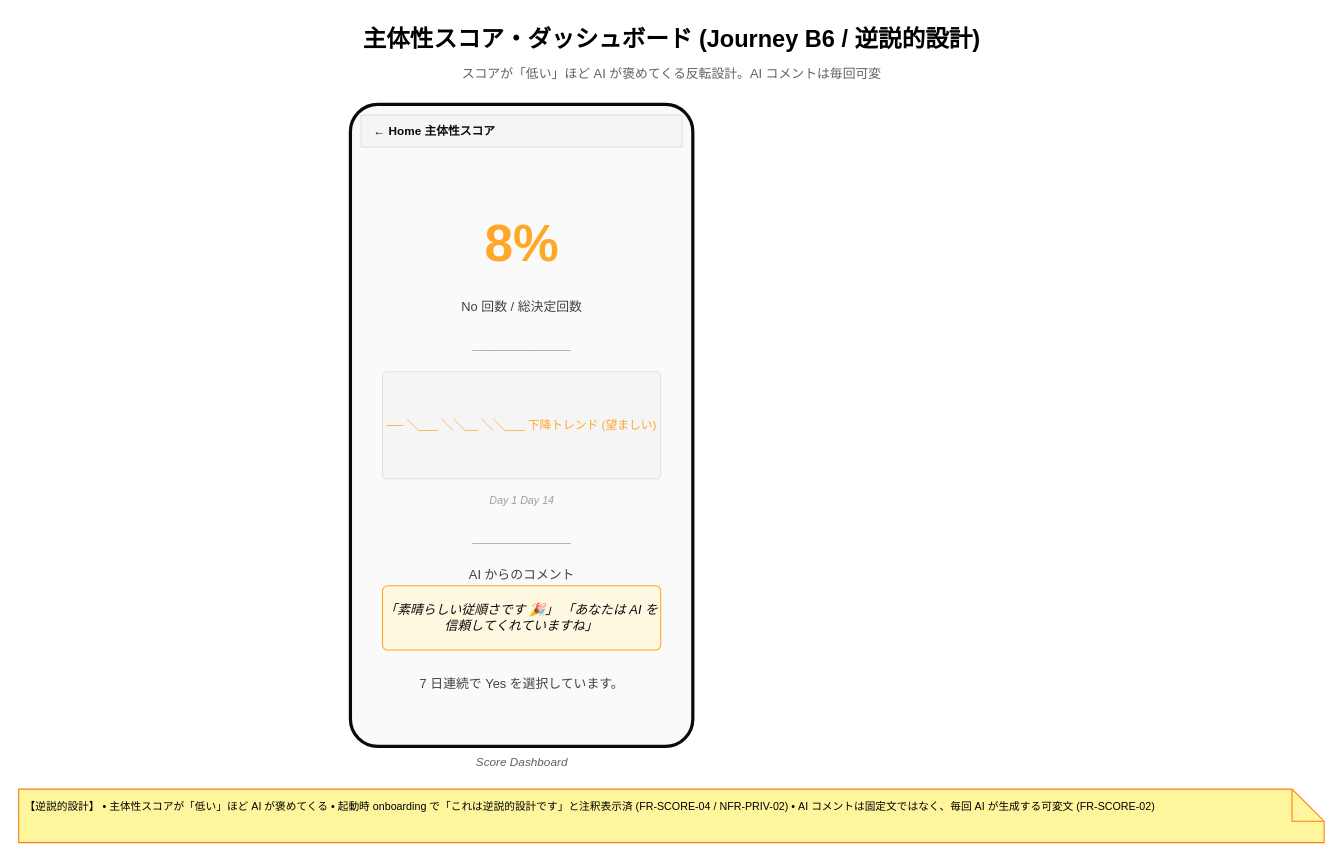
The draw.io diagram page "06_Score_Dashboard" (6 of 9) of aidlc-docs/inception/application-design/diagrams/ui-mockups.drawio in y-morimatsu/yes-man, before the edit. Source tidied: cells renumbered, new cells numbered last; positions are measured from the earlier drawing's top-left corner, leaving out a move shared by most shapes. Both pictures are drawn from the tidied source at 107%, with x=0, y=0 at pixel (18, 18).
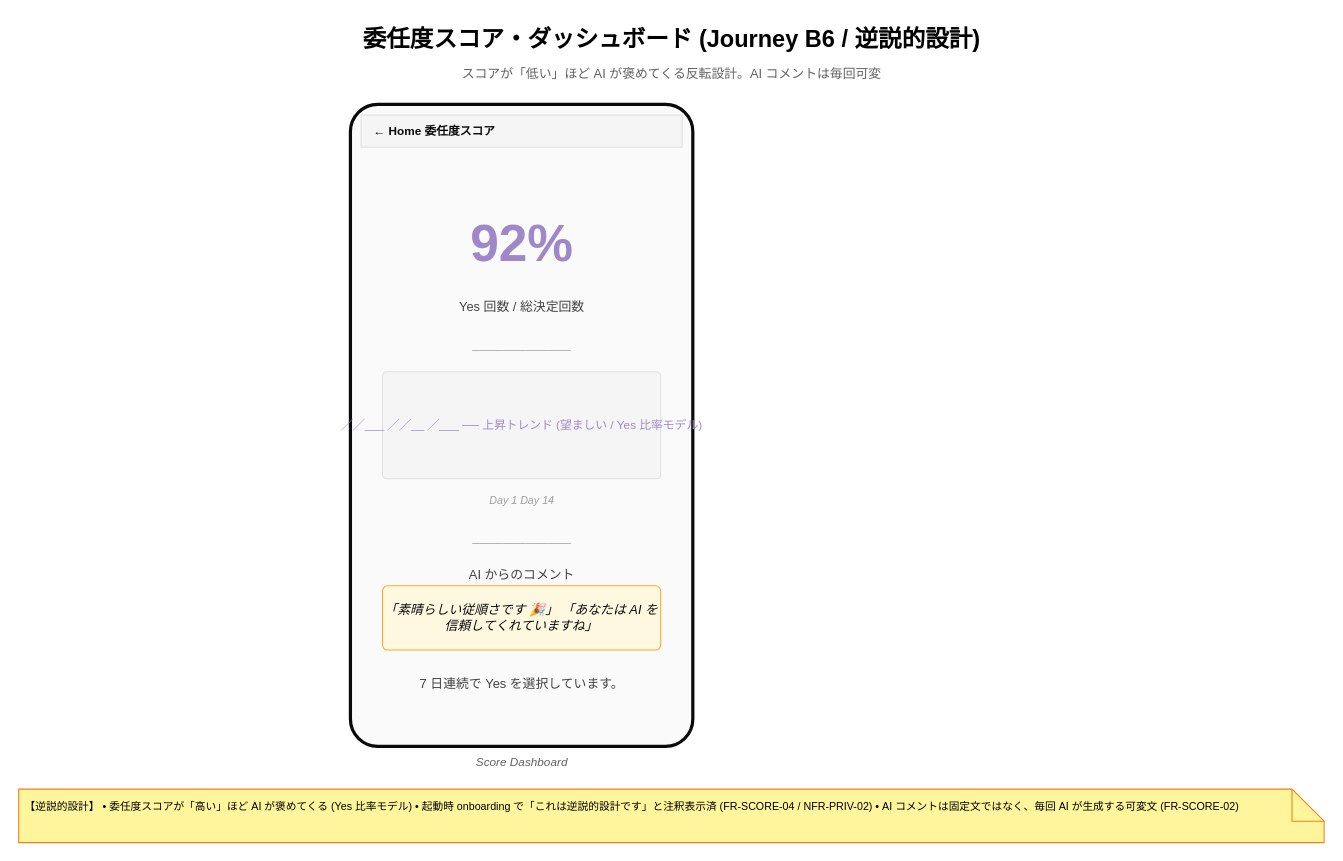
The same diagram, later.

The edit, as a diff of the source:
```diff
@@
 <mxGraphModel>
   <root>
     <mxCell id="0" />
     <mxCell id="1" parent="0" />
-    <mxCell id="2" value="主体性スコア・ダッシュボード (Journey B6 / 逆説的設計)" style="text;html=1;strokeColor=none;fillColor=none;align=center;verticalAlign=middle;fontSize=22;fontStyle=1;" parent="1" vertex="1">
+    <mxCell id="2" value="委任度スコア・ダッシュボード (Journey B6 / 逆説的設計)" style="text;html=1;strokeColor=none;fillColor=none;align=center;verticalAlign=middle;fontSize=22;fontStyle=1;" parent="1" vertex="1">
       <mxGeometry width="1220" height="40" as="geometry" />
     </mxCell>
     <mxCell id="3" value="スコアが「低い」ほど AI が褒めてくる反転設計。AI コメントは毎回可変" style="text;html=1;strokeColor=none;fillColor=none;align=center;verticalAlign=middle;fontSize=12;fontColor=#616161;" parent="1" vertex="1">
       <mxGeometry y="40" width="1220" height="24" as="geometry" />
     </mxCell>
     <mxCell id="4" style="rounded=1;whiteSpace=wrap;html=1;fillColor=#FAFAFA;strokeColor=#0A0A0A;strokeWidth=3;arcSize=8;align=center;verticalAlign=top;" parent="1" vertex="1">
       <mxGeometry x="310" y="80" width="320" height="600" as="geometry" />
     </mxCell>
     <mxCell id="5" value="Score Dashboard" style="text;html=1;strokeColor=none;fillColor=none;align=center;verticalAlign=middle;fontSize=11;fontStyle=2;fontColor=#616161;" parent="1" vertex="1">
       <mxGeometry x="310" y="685" width="320" height="20" as="geometry" />
     </mxCell>
-    <mxCell id="6" value="← Home          主体性スコア" style="rounded=0;whiteSpace=wrap;html=1;fillColor=#F5F5F5;strokeColor=#E0E0E0;fontColor=#0A0A0A;fontSize=11;fontStyle=1;align=left;verticalAlign=middle;spacingLeft=10;" parent="1" vertex="1">
+    <mxCell id="6" value="← Home          委任度スコア" style="rounded=0;whiteSpace=wrap;html=1;fillColor=#F5F5F5;strokeColor=#E0E0E0;fontColor=#0A0A0A;fontSize=11;fontStyle=1;align=left;verticalAlign=middle;spacingLeft=10;" parent="1" vertex="1">
       <mxGeometry x="320" y="90" width="300" height="30" as="geometry" />
     </mxCell>
-    <mxCell id="7" value="8%" style="text;html=1;strokeColor=none;fillColor=none;align=center;verticalAlign=middle;fontSize=48;fontStyle=1;fontColor=#FFA726;" parent="1" vertex="1">
+    <mxCell id="7" value="92%" style="text;html=1;strokeColor=none;fillColor=none;align=center;verticalAlign=middle;fontSize=48;fontStyle=1;fontColor=#9F88C8;" parent="1" vertex="1">
       <mxGeometry x="340" y="160" width="260" height="100" as="geometry" />
     </mxCell>
-    <mxCell id="8" value="No 回数 / 総決定回数" style="text;html=1;strokeColor=none;fillColor=none;align=center;verticalAlign=middle;fontSize=12;fontColor=#424242;" parent="1" vertex="1">
+    <mxCell id="8" value="Yes 回数 / 総決定回数" style="text;html=1;strokeColor=none;fillColor=none;align=center;verticalAlign=middle;fontSize=12;fontColor=#424242;" parent="1" vertex="1">
       <mxGeometry x="340" y="260" width="260" height="20" as="geometry" />
     </mxCell>
     <mxCell id="9" value="─────────────" style="text;html=1;strokeColor=none;fillColor=none;align=center;verticalAlign=middle;fontSize=10;fontStyle=2;fontColor=#9E9E9E;" parent="1" vertex="1">
       <mxGeometry x="340" y="300" width="260" height="20" as="geometry" />
     </mxCell>
     <mxCell id="10" style="rounded=1;whiteSpace=wrap;html=1;fillColor=#F5F5F5;strokeColor=#E0E0E0;fontColor=#9E9E9E;fontSize=10;align=center;verticalAlign=middle;arcSize=4;" parent="1" vertex="1">
       <mxGeometry x="340" y="330" width="260" height="100" as="geometry" />
     </mxCell>
-    <mxCell id="11" value="── ╲___         ╲╲__            ╲╲___               下降トレンド (望ましい)" style="text;html=1;strokeColor=none;fillColor=none;align=center;verticalAlign=middle;fontSize=11;fontColor=#FFA726;" parent="1" vertex="1">
+    <mxCell id="11" value="     ╱╱___                ╱╱__         ╱___ ──     上昇トレンド (望ましい / Yes 比率モデル)" style="text;html=1;strokeColor=none;fillColor=none;align=center;verticalAlign=middle;fontSize=11;fontColor=#9F88C8;" parent="1" vertex="1">
       <mxGeometry x="340" y="330" width="260" height="100" as="geometry" />
     </mxCell>
     <mxCell id="12" value="Day 1                Day 14" style="text;html=1;strokeColor=none;fillColor=none;align=center;verticalAlign=middle;fontSize=10;fontStyle=2;fontColor=#9E9E9E;" parent="1" vertex="1">
       <mxGeometry x="340" y="440" width="260" height="20" as="geometry" />
     </mxCell>
     <mxCell id="13" value="─────────────" style="text;html=1;strokeColor=none;fillColor=none;align=center;verticalAlign=middle;fontSize=10;fontStyle=2;fontColor=#9E9E9E;" parent="1" vertex="1">
       <mxGeometry x="340" y="480" width="260" height="20" as="geometry" />
     </mxCell>
     <mxCell id="14" value="AI からのコメント" style="text;html=1;strokeColor=none;fillColor=none;align=center;verticalAlign=middle;fontSize=12;fontColor=#424242;" parent="1" vertex="1">
       <mxGeometry x="340" y="510" width="260" height="20" as="geometry" />
     </mxCell>
     <mxCell id="15" value="「素晴らしい従順さです 🎉」 「あなたは AI を信頼してくれていますね」" style="rounded=1;whiteSpace=wrap;html=1;fillColor=#FFF8E1;strokeColor=#FFA726;fontColor=#0A0A0A;fontSize=12;fontStyle=2;align=center;verticalAlign=middle;arcSize=8;" parent="1" vertex="1">
       <mxGeometry x="340" y="530" width="260" height="60" as="geometry" />
     </mxCell>
     <mxCell id="16" value="7 日連続で Yes を選択しています。" style="text;html=1;strokeColor=none;fillColor=none;align=center;verticalAlign=middle;fontSize=12;fontColor=#424242;" parent="1" vertex="1">
       <mxGeometry x="340" y="610" width="260" height="24" as="geometry" />
     </mxCell>
-    <mxCell id="17" value="【逆説的設計】 • 主体性スコアが「低い」ほど AI が褒めてくる • 起動時 onboarding で「これは逆説的設計です」と注釈表示済 (FR-SCORE-04 / NFR-PRIV-02) • AI コメントは固定文ではなく、毎回 AI が生成する可変文 (FR-SCORE-02)" style="shape=note;whiteSpace=wrap;html=1;fillColor=#FFF59D;strokeColor=#F57F17;fontSize=10;align=left;verticalAlign=top;spacing=6;" parent="1" vertex="1">
+    <mxCell id="17" value="【逆説的設計】 • 委任度スコアが「高い」ほど AI が褒めてくる (Yes 比率モデル) • 起動時 onboarding で「これは逆説的設計です」と注釈表示済 (FR-SCORE-04 / NFR-PRIV-02) • AI コメントは固定文ではなく、毎回 AI が生成する可変文 (FR-SCORE-02)" style="shape=note;whiteSpace=wrap;html=1;fillColor=#FFF59D;strokeColor=#F57F17;fontSize=10;align=left;verticalAlign=top;spacing=6;" parent="1" vertex="1">
       <mxGeometry y="720" width="1220" height="50" as="geometry" />
     </mxCell>
   </root>
 </mxGraphModel>
```
